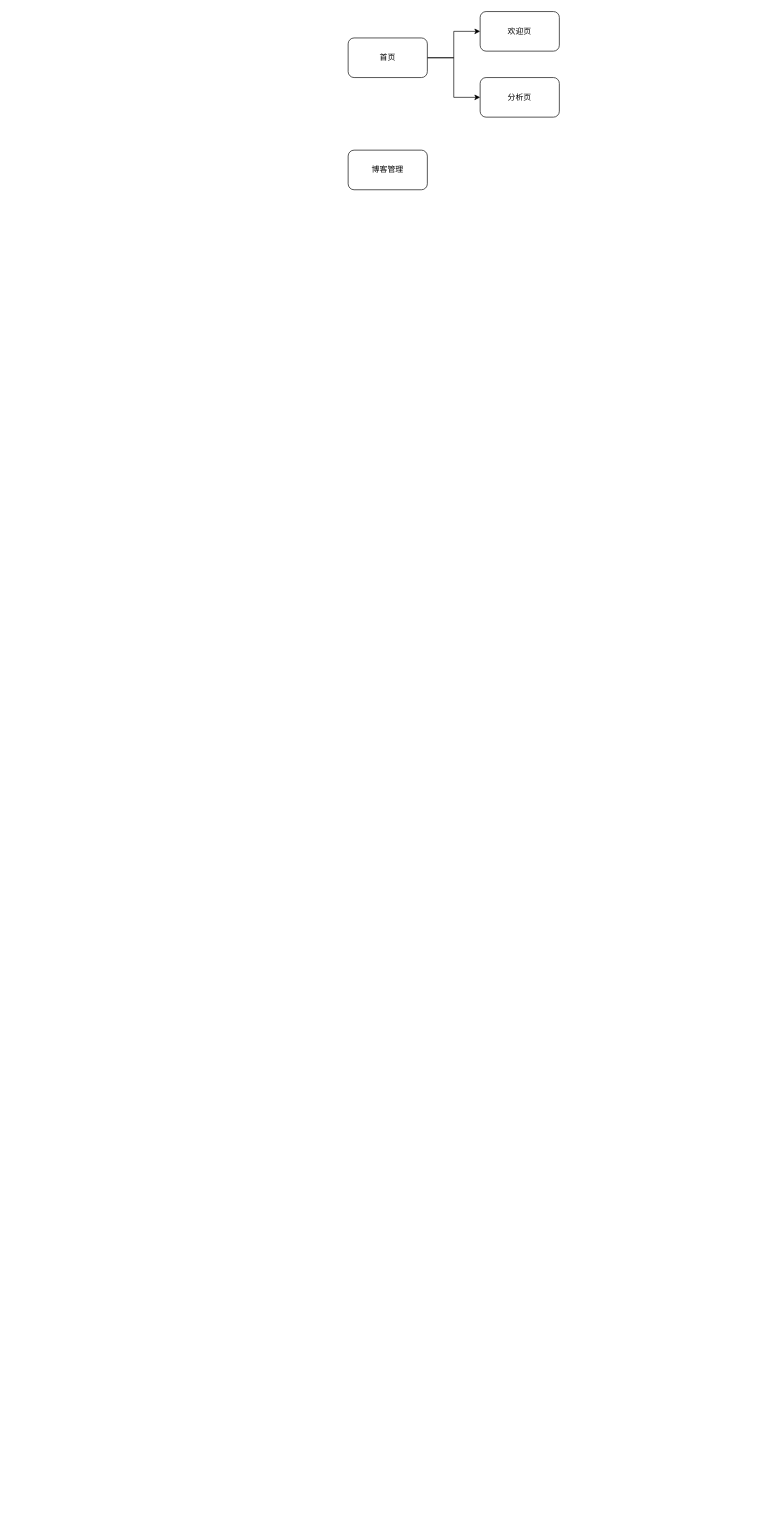
The draw.io diagram GGBlog Design/后台功能结构图.drawio in xiaowansheng/Project-Design, before the edit. Source tidied: cells renumbered, new cells numbered last; positions are measured from the earlier drawing's top-left corner, leaving out a move shared by most shapes. Both pictures are drawn from the tidied source at 66%, with x=0, y=0 at pixel (348, 11).
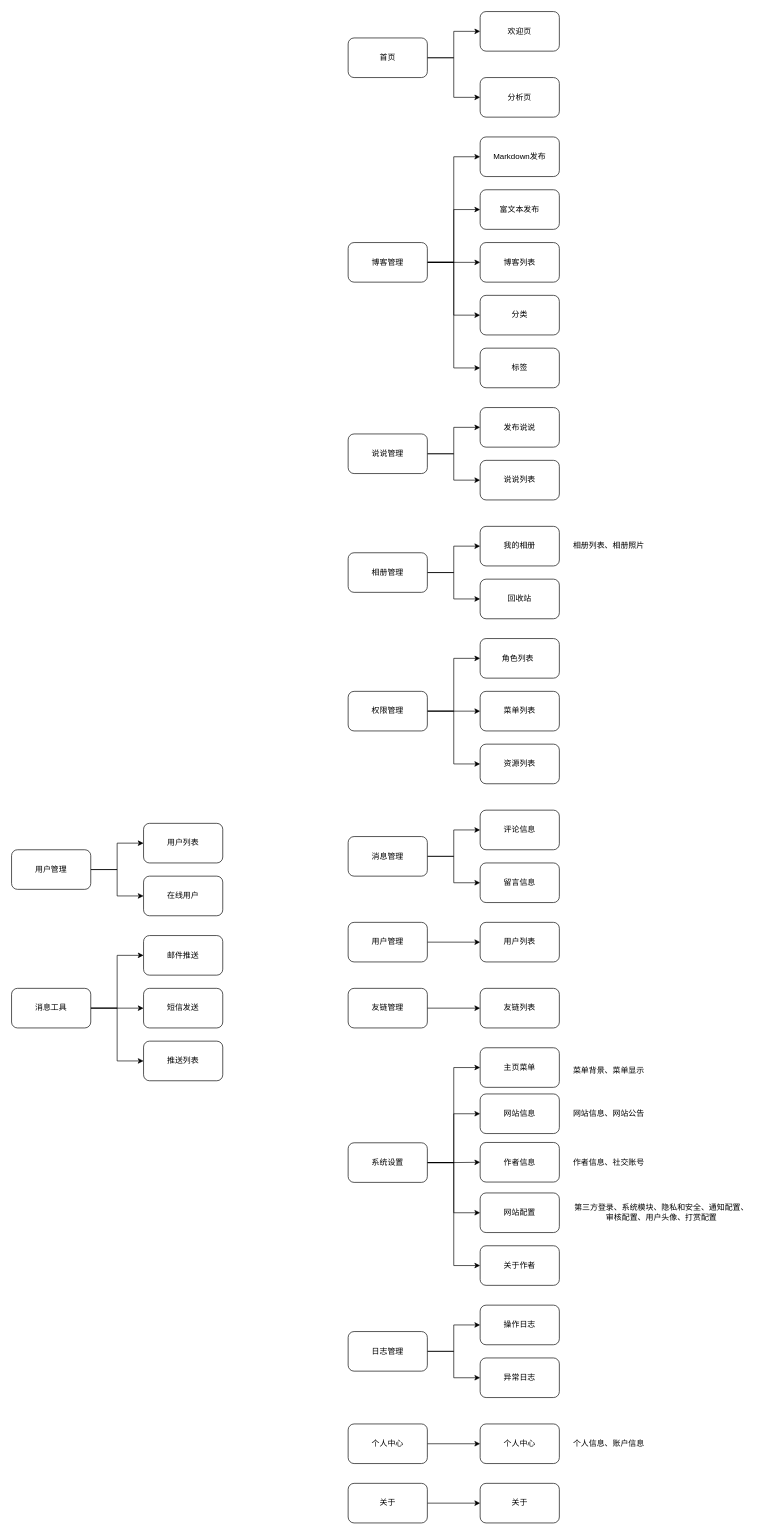
The same diagram, later.

Commit message:
更新后台功能结构图 version 1.0.drawio

What changed in the source:
```diff
@@
+    <mxCell id="8" style="edgeStyle=orthogonalEdgeStyle;rounded=0;jettySize=auto;html=1;exitX=1;exitY=0.5;exitDx=0;exitDy=0;entryX=0;entryY=0.5;entryDx=0;entryDy=0;" parent="1" edge="1" source="7" target="13">
+      <mxGeometry relative="1" as="geometry" />
+    </mxCell>
+    <mxCell id="9" style="edgeStyle=orthogonalEdgeStyle;rounded=0;jettySize=auto;html=1;exitX=1;exitY=0.5;exitDx=0;exitDy=0;entryX=0;entryY=0.5;entryDx=0;entryDy=0;" parent="1" edge="1" source="7" target="14">
+      <mxGeometry relative="1" as="geometry" />
+    </mxCell>
+    <mxCell id="10" style="edgeStyle=orthogonalEdgeStyle;rounded=0;jettySize=auto;html=1;exitX=1;exitY=0.5;exitDx=0;exitDy=0;entryX=0;entryY=0.5;entryDx=0;entryDy=0;" parent="1" edge="1" source="7" target="15">
+      <mxGeometry relative="1" as="geometry" />
+    </mxCell>
+    <mxCell id="11" style="edgeStyle=orthogonalEdgeStyle;rounded=0;jettySize=auto;html=1;exitX=1;exitY=0.5;exitDx=0;exitDy=0;entryX=0;entryY=0.5;entryDx=0;entryDy=0;" parent="1" edge="1" source="7" target="16">
+      <mxGeometry relative="1" as="geometry" />
+    </mxCell>
+    <mxCell id="12" style="edgeStyle=orthogonalEdgeStyle;rounded=0;jettySize=auto;html=1;exitX=1;exitY=0.5;exitDx=0;exitDy=0;entryX=0;entryY=0.5;entryDx=0;entryDy=0;" parent="1" edge="1" source="7" target="17">
+      <mxGeometry relative="1" as="geometry" />
+    </mxCell>
     <mxCell id="7" value="博客管理" style="rounded=1;whiteSpace=wrap;html=1;" parent="1" vertex="1">
-      <mxGeometry y="210" width="120" height="60" as="geometry" />
+      <mxGeometry y="350" width="120" height="60" as="geometry" />
     </mxCell>
+    <mxCell id="13" value="Markdown发布" style="rounded=1;whiteSpace=wrap;html=1;" parent="1" vertex="1">
+      <mxGeometry x="200" y="190" width="120" height="60" as="geometry" />
+    </mxCell>
+    <mxCell id="14" value="富文本发布" style="rounded=1;whiteSpace=wrap;html=1;" parent="1" vertex="1">
+      <mxGeometry x="200" y="270" width="120" height="60" as="geometry" />
+    </mxCell>
+    <mxCell id="15" value="博客列表" style="rounded=1;whiteSpace=wrap;html=1;" parent="1" vertex="1">
+      <mxGeometry x="200" y="350" width="120" height="60" as="geometry" />
+    </mxCell>
+    <mxCell id="16" value="分类" style="rounded=1;whiteSpace=wrap;html=1;" parent="1" vertex="1">
+      <mxGeometry x="200" y="430" width="120" height="60" as="geometry" />
+    </mxCell>
+    <mxCell id="17" value="标签" style="rounded=1;whiteSpace=wrap;html=1;" parent="1" vertex="1">
+      <mxGeometry x="200" y="510" width="120" height="60" as="geometry" />
+    </mxCell>
+    <mxCell id="18" style="edgeStyle=orthogonalEdgeStyle;rounded=0;jettySize=auto;html=1;exitX=1;exitY=0.5;exitDx=0;exitDy=0;entryX=0;entryY=0.5;entryDx=0;entryDy=0;" parent="1" edge="1" source="20" target="21">
+      <mxGeometry relative="1" as="geometry" />
+    </mxCell>
+    <mxCell id="19" style="edgeStyle=orthogonalEdgeStyle;rounded=0;jettySize=auto;html=1;exitX=1;exitY=0.5;exitDx=0;exitDy=0;entryX=0;entryY=0.5;entryDx=0;entryDy=0;" parent="1" edge="1" source="20" target="22">
+      <mxGeometry relative="1" as="geometry" />
+    </mxCell>
+    <mxCell id="20" value="说说管理" style="rounded=1;whiteSpace=wrap;html=1;" parent="1" vertex="1">
+      <mxGeometry y="640" width="120" height="60" as="geometry" />
+    </mxCell>
+    <mxCell id="21" value="发布说说" style="rounded=1;whiteSpace=wrap;html=1;" parent="1" vertex="1">
+      <mxGeometry x="200" y="600" width="120" height="60" as="geometry" />
+    </mxCell>
+    <mxCell id="22" value="说说列表" style="rounded=1;whiteSpace=wrap;html=1;" parent="1" vertex="1">
+      <mxGeometry x="200" y="680" width="120" height="60" as="geometry" />
+    </mxCell>
+    <mxCell id="23" style="edgeStyle=orthogonalEdgeStyle;rounded=0;jettySize=auto;html=1;exitX=1;exitY=0.5;exitDx=0;exitDy=0;entryX=0;entryY=0.5;entryDx=0;entryDy=0;" parent="1" edge="1" source="25" target="26">
+      <mxGeometry relative="1" as="geometry" />
+    </mxCell>
+    <mxCell id="24" style="edgeStyle=orthogonalEdgeStyle;rounded=0;jettySize=auto;html=1;exitX=1;exitY=0.5;exitDx=0;exitDy=0;entryX=0;entryY=0.5;entryDx=0;entryDy=0;" parent="1" edge="1" source="25" target="27">
+      <mxGeometry relative="1" as="geometry" />
+    </mxCell>
+    <mxCell id="25" value="相册管理" style="rounded=1;whiteSpace=wrap;html=1;" parent="1" vertex="1">
+      <mxGeometry y="820" width="120" height="60" as="geometry" />
+    </mxCell>
+    <mxCell id="26" value="我的相册" style="rounded=1;whiteSpace=wrap;html=1;" parent="1" vertex="1">
+      <mxGeometry x="200" y="780" width="120" height="60" as="geometry" />
+    </mxCell>
+    <mxCell id="27" value="回收站" style="rounded=1;whiteSpace=wrap;html=1;" parent="1" vertex="1">
+      <mxGeometry x="200" y="860" width="120" height="60" as="geometry" />
+    </mxCell>
+    <mxCell id="28" style="edgeStyle=orthogonalEdgeStyle;rounded=0;jettySize=auto;html=1;exitX=1;exitY=0.5;exitDx=0;exitDy=0;entryX=0;entryY=0.5;entryDx=0;entryDy=0;" parent="1" edge="1" source="31" target="32">
+      <mxGeometry relative="1" as="geometry" />
+    </mxCell>
+    <mxCell id="29" style="edgeStyle=orthogonalEdgeStyle;rounded=0;jettySize=auto;html=1;exitX=1;exitY=0.5;exitDx=0;exitDy=0;entryX=0;entryY=0.5;entryDx=0;entryDy=0;" parent="1" edge="1" source="31" target="33">
+      <mxGeometry relative="1" as="geometry" />
+    </mxCell>
+    <mxCell id="30" style="edgeStyle=orthogonalEdgeStyle;rounded=0;jettySize=auto;html=1;exitX=1;exitY=0.5;exitDx=0;exitDy=0;entryX=0;entryY=0.5;entryDx=0;entryDy=0;" parent="1" edge="1" source="31" target="34">
+      <mxGeometry relative="1" as="geometry" />
+    </mxCell>
+    <mxCell id="31" value="权限管理" style="rounded=1;whiteSpace=wrap;html=1;" parent="1" vertex="1">
+      <mxGeometry y="1030" width="120" height="60" as="geometry" />
+    </mxCell>
+    <mxCell id="32" value="角色列表&lt;span style=&quot;white-space: pre;&quot;&gt;&#9;&lt;/span&gt;" style="rounded=1;whiteSpace=wrap;html=1;" parent="1" vertex="1">
+      <mxGeometry x="200" y="950" width="120" height="60" as="geometry" />
+    </mxCell>
+    <mxCell id="33" value="菜单列表" style="rounded=1;whiteSpace=wrap;html=1;" parent="1" vertex="1">
+      <mxGeometry x="200" y="1030" width="120" height="60" as="geometry" />
+    </mxCell>
+    <mxCell id="34" value="资源列表" style="rounded=1;whiteSpace=wrap;html=1;" parent="1" vertex="1">
+      <mxGeometry x="200" y="1110" width="120" height="60" as="geometry" />
+    </mxCell>
+    <mxCell id="35" style="edgeStyle=orthogonalEdgeStyle;rounded=0;jettySize=auto;html=1;exitX=1;exitY=0.5;exitDx=0;exitDy=0;entryX=0;entryY=0.5;entryDx=0;entryDy=0;" parent="1" edge="1" source="37" target="38">
+      <mxGeometry relative="1" as="geometry" />
+    </mxCell>
+    <mxCell id="36" style="edgeStyle=orthogonalEdgeStyle;rounded=0;jettySize=auto;html=1;exitX=1;exitY=0.5;exitDx=0;exitDy=0;entryX=0;entryY=0.5;entryDx=0;entryDy=0;" parent="1" edge="1" source="37" target="39">
+      <mxGeometry relative="1" as="geometry" />
+    </mxCell>
+    <mxCell id="37" value="消息管理" style="rounded=1;whiteSpace=wrap;html=1;" parent="1" vertex="1">
+      <mxGeometry y="1250" width="120" height="60" as="geometry" />
+    </mxCell>
+    <mxCell id="38" value="评论信息" style="rounded=1;whiteSpace=wrap;html=1;" parent="1" vertex="1">
+      <mxGeometry x="200" y="1210" width="120" height="60" as="geometry" />
+    </mxCell>
+    <mxCell id="39" value="留言信息" style="rounded=1;whiteSpace=wrap;html=1;" parent="1" vertex="1">
+      <mxGeometry x="200" y="1290" width="120" height="60" as="geometry" />
+    </mxCell>
+    <mxCell id="40" style="edgeStyle=orthogonalEdgeStyle;rounded=0;jettySize=auto;html=1;exitX=1;exitY=0.5;exitDx=0;exitDy=0;entryX=0;entryY=0.5;entryDx=0;entryDy=0;" parent="1" edge="1" source="43" target="44">
+      <mxGeometry relative="1" as="geometry" />
+    </mxCell>
+    <mxCell id="41" style="edgeStyle=orthogonalEdgeStyle;rounded=0;jettySize=auto;html=1;exitX=1;exitY=0.5;exitDx=0;exitDy=0;entryX=0;entryY=0.5;entryDx=0;entryDy=0;" parent="1" edge="1" source="43" target="45">
+      <mxGeometry relative="1" as="geometry" />
+    </mxCell>
+    <mxCell id="42" style="edgeStyle=orthogonalEdgeStyle;rounded=0;jettySize=auto;html=1;exitX=1;exitY=0.5;exitDx=0;exitDy=0;entryX=0;entryY=0.5;entryDx=0;entryDy=0;" parent="1" edge="1" source="43" target="46">
+      <mxGeometry relative="1" as="geometry" />
+    </mxCell>
+    <mxCell id="43" value="消息工具" style="rounded=1;whiteSpace=wrap;html=1;" parent="1" vertex="1">
+      <mxGeometry x="-510" y="1480" width="120" height="60" as="geometry" />
+    </mxCell>
+    <mxCell id="44" value="邮件推送" style="rounded=1;whiteSpace=wrap;html=1;" parent="1" vertex="1">
+      <mxGeometry x="-310" y="1400" width="120" height="60" as="geometry" />
+    </mxCell>
+    <mxCell id="45" value="短信发送" style="rounded=1;whiteSpace=wrap;html=1;" parent="1" vertex="1">
+      <mxGeometry x="-310" y="1480" width="120" height="60" as="geometry" />
+    </mxCell>
+    <mxCell id="46" value="推送列表" style="rounded=1;whiteSpace=wrap;html=1;" parent="1" vertex="1">
+      <mxGeometry x="-310" y="1560" width="120" height="60" as="geometry" />
+    </mxCell>
+    <mxCell id="47" style="edgeStyle=orthogonalEdgeStyle;rounded=0;jettySize=auto;html=1;exitX=1;exitY=0.5;exitDx=0;exitDy=0;entryX=0;entryY=0.5;entryDx=0;entryDy=0;" parent="1" edge="1" source="48" target="49">
+      <mxGeometry relative="1" as="geometry" />
+    </mxCell>
+    <mxCell id="48" value="用户管理" style="rounded=1;whiteSpace=wrap;html=1;" parent="1" vertex="1">
+      <mxGeometry y="1380" width="120" height="60" as="geometry" />
+    </mxCell>
+    <mxCell id="49" value="用户列表" style="rounded=1;whiteSpace=wrap;html=1;" parent="1" vertex="1">
+      <mxGeometry x="200" y="1380" width="120" height="60" as="geometry" />
+    </mxCell>
+    <mxCell id="50" style="edgeStyle=orthogonalEdgeStyle;rounded=0;jettySize=auto;html=1;exitX=1;exitY=0.5;exitDx=0;exitDy=0;entryX=0;entryY=0.5;entryDx=0;entryDy=0;" parent="1" edge="1" source="52" target="53">
+      <mxGeometry relative="1" as="geometry" />
+    </mxCell>
+    <mxCell id="51" style="edgeStyle=orthogonalEdgeStyle;rounded=0;jettySize=auto;html=1;exitX=1;exitY=0.5;exitDx=0;exitDy=0;entryX=0;entryY=0.5;entryDx=0;entryDy=0;" parent="1" edge="1" source="52" target="54">
+      <mxGeometry relative="1" as="geometry" />
+    </mxCell>
+    <mxCell id="52" value="用户管理" style="rounded=1;whiteSpace=wrap;html=1;" parent="1" vertex="1">
+      <mxGeometry x="-510" y="1270" width="120" height="60" as="geometry" />
+    </mxCell>
+    <mxCell id="53" value="用户列表" style="rounded=1;whiteSpace=wrap;html=1;" parent="1" vertex="1">
+      <mxGeometry x="-310" y="1230" width="120" height="60" as="geometry" />
+    </mxCell>
+    <mxCell id="54" value="在线用户" style="rounded=1;whiteSpace=wrap;html=1;" parent="1" vertex="1">
+      <mxGeometry x="-310" y="1310" width="120" height="60" as="geometry" />
+    </mxCell>
+    <mxCell id="55" style="edgeStyle=orthogonalEdgeStyle;rounded=0;jettySize=auto;html=1;exitX=1;exitY=0.5;exitDx=0;exitDy=0;entryX=0;entryY=0.5;entryDx=0;entryDy=0;" parent="1" edge="1" source="60" target="61">
+      <mxGeometry relative="1" as="geometry" />
+    </mxCell>
+    <mxCell id="56" style="edgeStyle=orthogonalEdgeStyle;rounded=0;jettySize=auto;html=1;exitX=1;exitY=0.5;exitDx=0;exitDy=0;entryX=0;entryY=0.5;entryDx=0;entryDy=0;" parent="1" edge="1" source="60" target="62">
+      <mxGeometry relative="1" as="geometry" />
+    </mxCell>
+    <mxCell id="57" style="edgeStyle=orthogonalEdgeStyle;rounded=0;jettySize=auto;html=1;exitX=1;exitY=0.5;exitDx=0;exitDy=0;entryX=0;entryY=0.5;entryDx=0;entryDy=0;" parent="1" edge="1" source="60" target="63">
+      <mxGeometry relative="1" as="geometry" />
+    </mxCell>
+    <mxCell id="58" style="edgeStyle=orthogonalEdgeStyle;rounded=0;jettySize=auto;html=1;exitX=1;exitY=0.5;exitDx=0;exitDy=0;entryX=0;entryY=0.5;entryDx=0;entryDy=0;" parent="1" edge="1" source="60" target="67">
+      <mxGeometry relative="1" as="geometry" />
+    </mxCell>
+    <mxCell id="59" style="edgeStyle=orthogonalEdgeStyle;rounded=0;jettySize=auto;html=1;exitX=1;exitY=0.5;exitDx=0;exitDy=0;entryX=0;entryY=0.5;entryDx=0;entryDy=0;" parent="1" edge="1" source="60" target="68">
+      <mxGeometry relative="1" as="geometry" />
+    </mxCell>
+    <mxCell id="60" value="系统设置" style="rounded=1;whiteSpace=wrap;html=1;" parent="1" vertex="1">
+      <mxGeometry y="1714" width="120" height="60" as="geometry" />
+    </mxCell>
+    <mxCell id="61" value="主页菜单" style="rounded=1;whiteSpace=wrap;html=1;" parent="1" vertex="1">
+      <mxGeometry x="200" y="1570" width="120" height="60" as="geometry" />
+    </mxCell>
+    <mxCell id="62" value="网站信息" style="rounded=1;whiteSpace=wrap;html=1;" parent="1" vertex="1">
+      <mxGeometry x="200" y="1640" width="120" height="60" as="geometry" />
+    </mxCell>
+    <mxCell id="63" value="作者信息" style="rounded=1;whiteSpace=wrap;html=1;" parent="1" vertex="1">
+      <mxGeometry x="200" y="1713.5" width="120" height="60" as="geometry" />
+    </mxCell>
+    <mxCell id="64" style="edgeStyle=orthogonalEdgeStyle;rounded=0;jettySize=auto;html=1;exitX=1;exitY=0.5;exitDx=0;exitDy=0;entryX=0;entryY=0.5;entryDx=0;entryDy=0;" parent="1" edge="1" source="65" target="66">
+      <mxGeometry relative="1" as="geometry" />
+    </mxCell>
+    <mxCell id="65" value="友链管理" style="rounded=1;whiteSpace=wrap;html=1;" parent="1" vertex="1">
+      <mxGeometry y="1480" width="120" height="60" as="geometry" />
+    </mxCell>
+    <mxCell id="66" value="友链列表" style="rounded=1;whiteSpace=wrap;html=1;" parent="1" vertex="1">
+      <mxGeometry x="200" y="1480" width="120" height="60" as="geometry" />
+    </mxCell>
+    <mxCell id="67" value="网站配置" style="rounded=1;whiteSpace=wrap;html=1;" parent="1" vertex="1">
+      <mxGeometry x="200" y="1790" width="120" height="60" as="geometry" />
+    </mxCell>
+    <mxCell id="68" value="关于作者" style="rounded=1;whiteSpace=wrap;html=1;" parent="1" vertex="1">
+      <mxGeometry x="200" y="1870" width="120" height="60" as="geometry" />
+    </mxCell>
+    <mxCell id="69" style="edgeStyle=orthogonalEdgeStyle;rounded=0;jettySize=auto;html=1;exitX=1;exitY=0.5;exitDx=0;exitDy=0;entryX=0;entryY=0.5;entryDx=0;entryDy=0;" parent="1" edge="1" source="71" target="72">
+      <mxGeometry relative="1" as="geometry" />
+    </mxCell>
+    <mxCell id="70" style="edgeStyle=orthogonalEdgeStyle;rounded=0;jettySize=auto;html=1;exitX=1;exitY=0.5;exitDx=0;exitDy=0;entryX=0;entryY=0.5;entryDx=0;entryDy=0;" parent="1" edge="1" source="71" target="73">
+      <mxGeometry relative="1" as="geometry" />
+    </mxCell>
+    <mxCell id="71" value="日志管理" style="rounded=1;whiteSpace=wrap;html=1;" parent="1" vertex="1">
+      <mxGeometry y="2000" width="120" height="60" as="geometry" />
+    </mxCell>
+    <mxCell id="72" value="操作日志" style="rounded=1;whiteSpace=wrap;html=1;" parent="1" vertex="1">
+      <mxGeometry x="200" y="1960" width="120" height="60" as="geometry" />
+    </mxCell>
+    <mxCell id="73" value="异常日志" style="rounded=1;whiteSpace=wrap;html=1;" parent="1" vertex="1">
+      <mxGeometry x="200" y="2040" width="120" height="60" as="geometry" />
+    </mxCell>
+    <mxCell id="74" style="edgeStyle=orthogonalEdgeStyle;rounded=0;jettySize=auto;html=1;exitX=1;exitY=0.5;exitDx=0;exitDy=0;entryX=0;entryY=0.5;entryDx=0;entryDy=0;" parent="1" edge="1" source="75" target="76">
+      <mxGeometry relative="1" as="geometry" />
+    </mxCell>
+    <mxCell id="75" value="个人中心" style="rounded=1;whiteSpace=wrap;html=1;" parent="1" vertex="1">
+      <mxGeometry y="2140" width="120" height="60" as="geometry" />
+    </mxCell>
+    <mxCell id="76" value="个人中心" style="rounded=1;whiteSpace=wrap;html=1;" parent="1" vertex="1">
+      <mxGeometry x="200" y="2140" width="120" height="60" as="geometry" />
+    </mxCell>
+    <mxCell id="77" style="edgeStyle=orthogonalEdgeStyle;rounded=0;jettySize=auto;html=1;exitX=1;exitY=0.5;exitDx=0;exitDy=0;entryX=0;entryY=0.5;entryDx=0;entryDy=0;" parent="1" edge="1" source="78" target="79">
+      <mxGeometry relative="1" as="geometry" />
+    </mxCell>
+    <mxCell id="78" value="关于" style="rounded=1;whiteSpace=wrap;html=1;" parent="1" vertex="1">
+      <mxGeometry y="2230" width="120" height="60" as="geometry" />
+    </mxCell>
+    <mxCell id="79" value="关于" style="rounded=1;whiteSpace=wrap;html=1;" parent="1" vertex="1">
+      <mxGeometry x="200" y="2230" width="120" height="60" as="geometry" />
+    </mxCell>
+    <mxCell id="80" value="个人信息、账户信息" style="text;html=1;strokeColor=none;fillColor=none;align=center;verticalAlign=middle;whiteSpace=wrap;rounded=0;" parent="1" vertex="1">
+      <mxGeometry x="340" y="2155" width="110" height="30" as="geometry" />
+    </mxCell>
+    <mxCell id="81" value="第三方登录、系统模块、隐私和安全、通知配置、审核配置、用户头像、打赏配置" style="text;html=1;strokeColor=none;fillColor=none;align=center;verticalAlign=middle;whiteSpace=wrap;rounded=0;" parent="1" vertex="1">
+      <mxGeometry x="340" y="1805" width="270" height="30" as="geometry" />
+    </mxCell>
+    <mxCell id="82" value="网站信息、网站公告" style="text;html=1;strokeColor=none;fillColor=none;align=center;verticalAlign=middle;whiteSpace=wrap;rounded=0;" parent="1" vertex="1">
+      <mxGeometry x="340" y="1655" width="110" height="30" as="geometry" />
+    </mxCell>
+    <mxCell id="83" value="作者信息、社交账号" style="text;html=1;strokeColor=none;fillColor=none;align=center;verticalAlign=middle;whiteSpace=wrap;rounded=0;" parent="1" vertex="1">
+      <mxGeometry x="340" y="1729" width="110" height="30" as="geometry" />
+    </mxCell>
+    <mxCell id="84" value="菜单背景、菜单显示" style="text;html=1;strokeColor=none;fillColor=none;align=center;verticalAlign=middle;whiteSpace=wrap;rounded=0;" parent="1" vertex="1">
+      <mxGeometry x="340" y="1590" width="110" height="30" as="geometry" />
+    </mxCell>
+    <mxCell id="85" value="相册列表、相册照片" style="text;html=1;strokeColor=none;fillColor=none;align=center;verticalAlign=middle;whiteSpace=wrap;rounded=0;" parent="1" vertex="1">
+      <mxGeometry x="340" y="795" width="110" height="30" as="geometry" />
+    </mxCell>
```
